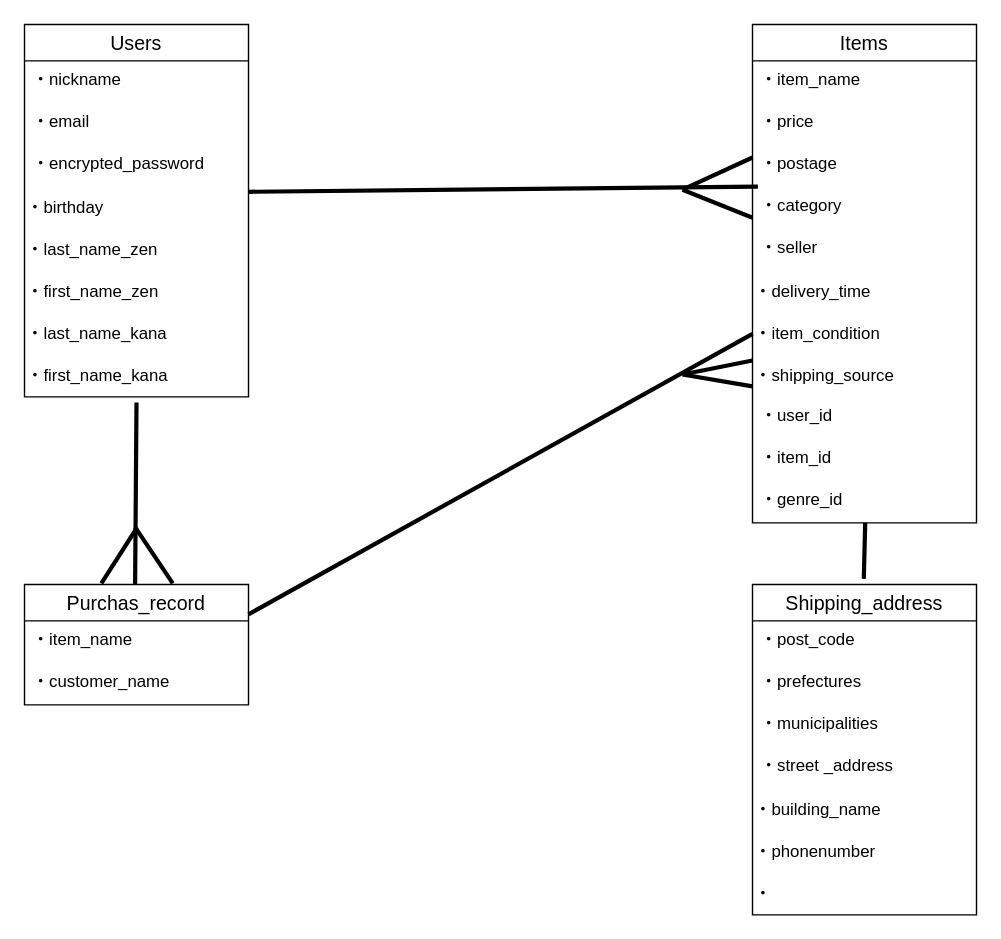
Earlier version of the draw.io diagram furima-40418.dio (Ryo390/furima-40148). Source tidied: cells renumbered, new cells numbered last; positions are measured from the earlier drawing's top-left corner, leaving out a move shared by most shapes. Both pictures are drawn from the tidied source at 140%, with x=0, y=0 at pixel (24, 24).
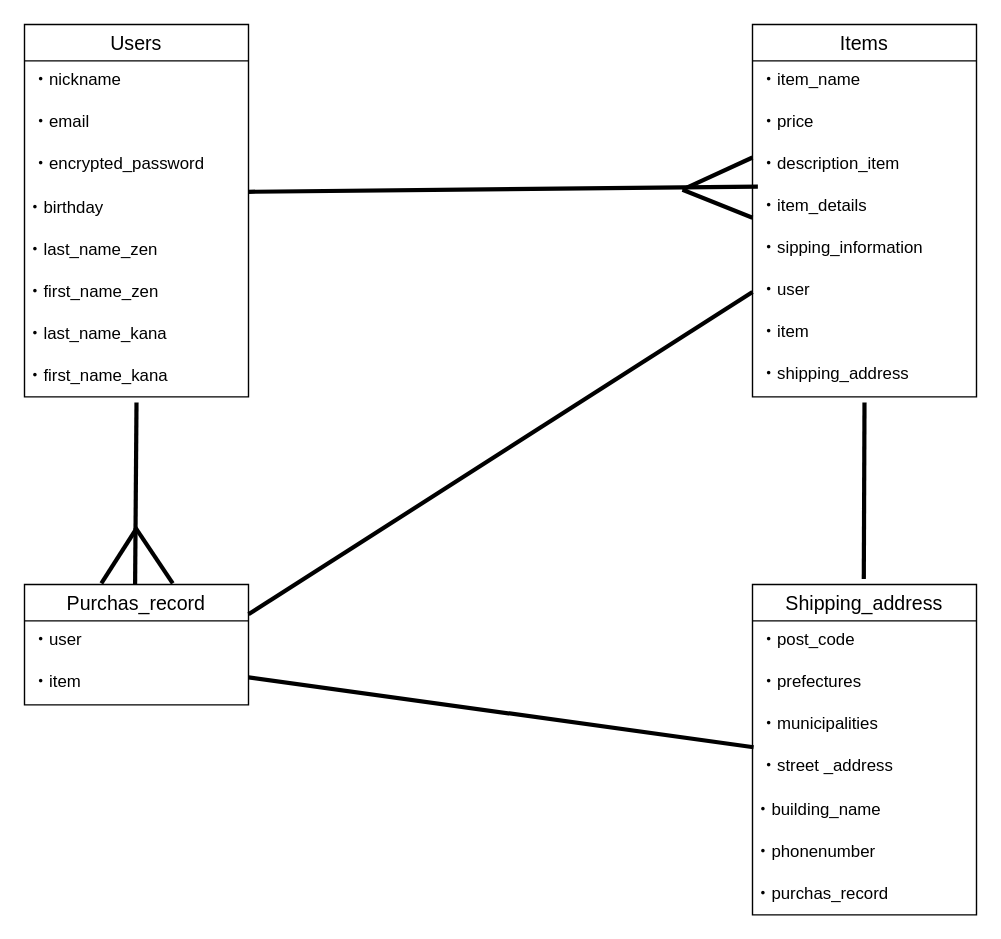
The same diagram, later.

Commit message (it also covers changes not shown here):
ER図・README修正３

Unchanged cells that the change refers to:
```xml
<mxCell id="11" value="Purchas_record" style="swimlane;fontStyle=0;horizontal=1;startSize=26;align=center;fontSize=14;" parent="1" vertex="1">
  <mxGeometry y="400" width="160" height="86" as="geometry" />
</mxCell>
<mxCell id="26" value="Shipping_address" style="swimlane;fontStyle=0;horizontal=1;startSize=26;align=center;fontSize=14;" parent="1" vertex="1">
  <mxGeometry x="520" y="400" width="160" height="236" as="geometry" />
</mxCell>
<mxCell id="30" value="・street _address" style="text;strokeColor=none;fillColor=none;spacingLeft=4;spacingRight=4;overflow=hidden;points=[[0,0.5],[1,0.5]];portConstraint=eastwest;fontSize=12;" parent="26" vertex="1">
  <mxGeometry y="116" width="160" height="30" as="geometry" />
</mxCell>
```

Diff of the diagram source:
```diff
@@
-    <mxCell id="12" value="・item_name" style="text;strokeColor=none;fillColor=none;spacingLeft=4;spacingRight=4;overflow=hidden;fontSize=12;" parent="11" vertex="1">
+    <mxCell id="12" value="・user" style="text;strokeColor=none;fillColor=none;spacingLeft=4;spacingRight=4;overflow=hidden;fontSize=12;" parent="11" vertex="1">
       <mxGeometry y="26" width="160" height="30" as="geometry" />
     </mxCell>
-    <mxCell id="13" value="・customer_name" style="text;strokeColor=none;fillColor=none;spacingLeft=4;spacingRight=4;overflow=hidden;fontSize=12;" parent="11" vertex="1">
+    <mxCell id="13" value="・item" style="text;strokeColor=none;fillColor=none;spacingLeft=4;spacingRight=4;overflow=hidden;fontSize=12;" parent="11" vertex="1">
       <mxGeometry y="56" width="160" height="30" as="geometry" />
     </mxCell>
     <mxCell id="14" value="Items" style="swimlane;fontStyle=0;horizontal=1;startSize=26;align=center;fontSize=14;" parent="1" vertex="1">
-      <mxGeometry x="520" width="160" height="356" as="geometry" />
+      <mxGeometry x="520" width="160" height="266" as="geometry" />
     </mxCell>
@@
-    <mxCell id="17" value="・postage" style="text;strokeColor=none;fillColor=none;spacingLeft=4;spacingRight=4;overflow=hidden;fontSize=12;" parent="14" vertex="1">
+    <mxCell id="17" value="・description_item" style="text;strokeColor=none;fillColor=none;spacingLeft=4;spacingRight=4;overflow=hidden;fontSize=12;" parent="14" vertex="1">
       <mxGeometry y="86" width="160" height="30" as="geometry" />
     </mxCell>
-    <mxCell id="18" value="・category" style="text;strokeColor=none;fillColor=none;spacingLeft=4;spacingRight=4;overflow=hidden;points=[[0,0.5],[1,0.5]];portConstraint=eastwest;fontSize=12;" parent="14" vertex="1">
+    <mxCell id="18" value="・item_details" style="text;strokeColor=none;fillColor=none;spacingLeft=4;spacingRight=4;overflow=hidden;points=[[0,0.5],[1,0.5]];portConstraint=eastwest;fontSize=12;" parent="14" vertex="1">
       <mxGeometry y="116" width="160" height="30" as="geometry" />
     </mxCell>
-    <mxCell id="19" value="・seller" style="text;strokeColor=none;fillColor=none;spacingLeft=4;spacingRight=4;overflow=hidden;fontSize=12;" parent="14" vertex="1">
+    <mxCell id="19" value="・sipping_information" style="text;strokeColor=none;fillColor=none;spacingLeft=4;spacingRight=4;overflow=hidden;fontSize=12;" parent="14" vertex="1">
       <mxGeometry y="146" width="160" height="30" as="geometry" />
     </mxCell>
-    <mxCell id="20" value="・delivery_time" style="text;html=1;strokeColor=none;fillColor=none;align=left;verticalAlign=middle;whiteSpace=wrap;rounded=0;" parent="14" vertex="1">
-      <mxGeometry y="176" width="160" height="30" as="geometry" />
-    </mxCell>
-    <mxCell id="21" value="・item_condition" style="text;html=1;strokeColor=none;fillColor=none;align=left;verticalAlign=middle;whiteSpace=wrap;rounded=0;" parent="14" vertex="1">
-      <mxGeometry y="206" width="160" height="30" as="geometry" />
-    </mxCell>
-    <mxCell id="22" value="・shipping_source" style="text;html=1;strokeColor=none;fillColor=none;align=left;verticalAlign=middle;whiteSpace=wrap;rounded=0;" parent="14" vertex="1">
-      <mxGeometry y="236" width="160" height="30" as="geometry" />
-    </mxCell>
-    <mxCell id="23" value="・user_id&#10;" style="text;strokeColor=none;fillColor=none;spacingLeft=4;spacingRight=4;overflow=hidden;fontSize=12;" parent="14" vertex="1">
-      <mxGeometry y="266" width="160" height="30" as="geometry" />
+    <mxCell id="23" value="・user&#10;" style="text;strokeColor=none;fillColor=none;spacingLeft=4;spacingRight=4;overflow=hidden;fontSize=12;" parent="14" vertex="1">
+      <mxGeometry y="176" width="160" height="30" as="geometry" />
     </mxCell>
-    <mxCell id="24" value="・item_id" style="text;strokeColor=none;fillColor=none;spacingLeft=4;spacingRight=4;overflow=hidden;fontSize=12;" parent="14" vertex="1">
-      <mxGeometry y="296" width="160" height="30" as="geometry" />
+    <mxCell id="24" value="・item" style="text;strokeColor=none;fillColor=none;spacingLeft=4;spacingRight=4;overflow=hidden;fontSize=12;" parent="14" vertex="1">
+      <mxGeometry y="206" width="160" height="30" as="geometry" />
     </mxCell>
-    <mxCell id="25" value="・genre_id" style="text;strokeColor=none;fillColor=none;spacingLeft=4;spacingRight=4;overflow=hidden;fontSize=12;" parent="14" vertex="1">
-      <mxGeometry y="326" width="160" height="30" as="geometry" />
+    <mxCell id="25" value="・shipping_address" style="text;strokeColor=none;fillColor=none;spacingLeft=4;spacingRight=4;overflow=hidden;fontSize=12;" parent="14" vertex="1">
+      <mxGeometry y="236" width="160" height="30" as="geometry" />
     </mxCell>
@@
-    <mxCell id="33" value="・" style="text;html=1;strokeColor=none;fillColor=none;align=left;verticalAlign=middle;whiteSpace=wrap;rounded=0;" parent="26" vertex="1">
+    <mxCell id="33" value="・purchas_record" style="text;html=1;strokeColor=none;fillColor=none;align=left;verticalAlign=middle;whiteSpace=wrap;rounded=0;" parent="26" vertex="1">
       <mxGeometry y="206" width="160" height="30" as="geometry" />
     </mxCell>
@@
-    <mxCell id="39" style="endArrow=none;html=1;rounded=0;strokeColor=default;strokeWidth=3;entryX=0;entryY=0.5;entryDx=0;entryDy=0;" parent="1" edge="1" target="21">
+    <mxCell id="39" style="endArrow=none;html=1;rounded=0;strokeColor=default;strokeWidth=3;entryX=0;entryY=0.5;entryDx=0;entryDy=0;" parent="1" edge="1">
       <mxGeometry relative="1" as="geometry">
         <mxPoint x="160" y="421.3" as="sourcePoint" />
+        <mxPoint x="520" y="191" as="targetPoint" />
       </mxGeometry>
     </mxCell>
@@
-    <mxCell id="45" style="endArrow=none;html=1;rounded=0;strokeColor=default;strokeWidth=3;" parent="1" edge="1">
-      <mxGeometry relative="1" as="geometry">
-        <mxPoint x="470" y="250" as="sourcePoint" />
-        <mxPoint x="520" y="240" as="targetPoint" />
-      </mxGeometry>
-    </mxCell>
-    <mxCell id="46" style="html=1;align=right;verticalAlign=bottom;strokeWidth=3;" parent="45" vertex="1">
-      <mxGeometry x="1" relative="1" as="geometry" />
-    </mxCell>
-    <mxCell id="47" style="endArrow=none;html=1;rounded=0;strokeColor=default;strokeWidth=3;entryX=0;entryY=0.75;entryDx=0;entryDy=0;" parent="1" edge="1" target="22">
-      <mxGeometry relative="1" as="geometry">
-        <mxPoint x="470" y="250" as="sourcePoint" />
-      </mxGeometry>
-    </mxCell>
-    <mxCell id="48" style="html=1;align=right;verticalAlign=bottom;strokeWidth=3;" parent="47" vertex="1">
-      <mxGeometry x="1" relative="1" as="geometry" />
-    </mxCell>
     <mxCell id="49" style="endArrow=none;html=1;rounded=0;strokeColor=default;strokeWidth=3;" parent="1" edge="1">
       <mxGeometry relative="1" as="geometry">
         <mxPoint x="599.5" y="396" as="sourcePoint" />
-        <mxPoint x="600.5" y="356" as="targetPoint" />
+        <mxPoint x="600" y="270" as="targetPoint" />
       </mxGeometry>
     </mxCell>
+    <mxCell id="50" style="endArrow=none;html=1;rounded=0;strokeColor=default;strokeWidth=3;entryX=0.005;entryY=0.008;entryDx=0;entryDy=0;entryPerimeter=0;" parent="1" edge="1" target="30">
+      <mxGeometry relative="1" as="geometry">
+        <mxPoint x="160" y="466.3" as="sourcePoint" />
+      </mxGeometry>
+    </mxCell>
```
